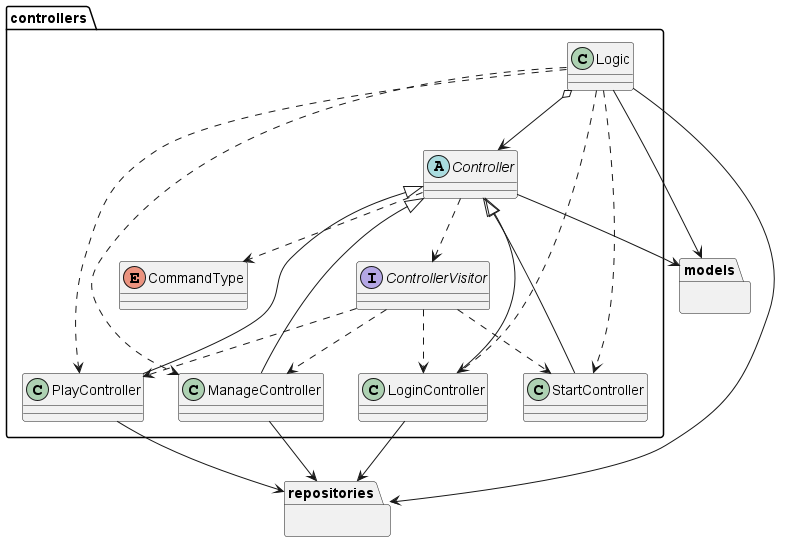
The PlantUML diagram docs/images/controllers.png in menthil/tennis-manager, before a commit.
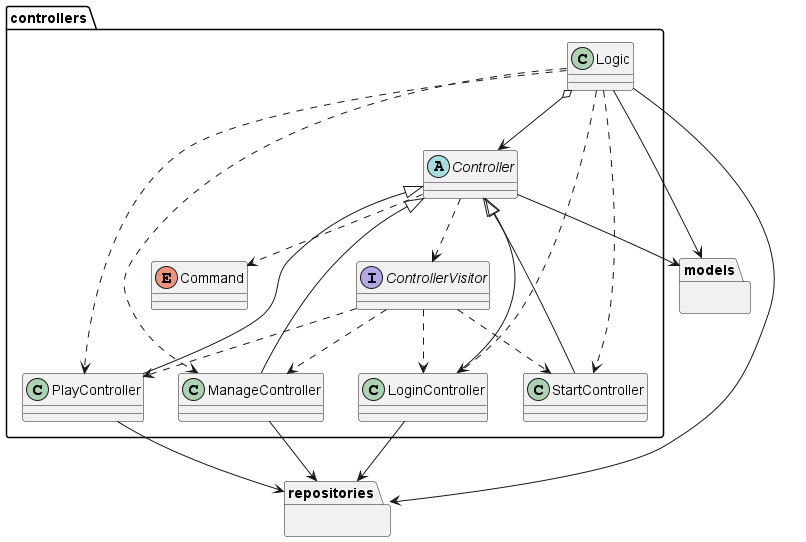
The same file after the commit.

Change to the diagram source:
```diff
@@ -5,12 +5,12 @@
 
 package controllers {
 
-  enum CommandType
+  enum Command
 
   abstract class Controller
   Controller --> models
   Controller ..> ControllerVisitor
-  Controller ..> CommandType
+  Controller ..> Command
 
   interface ControllerVisitor
   ControllerVisitor ..> StartController
```
